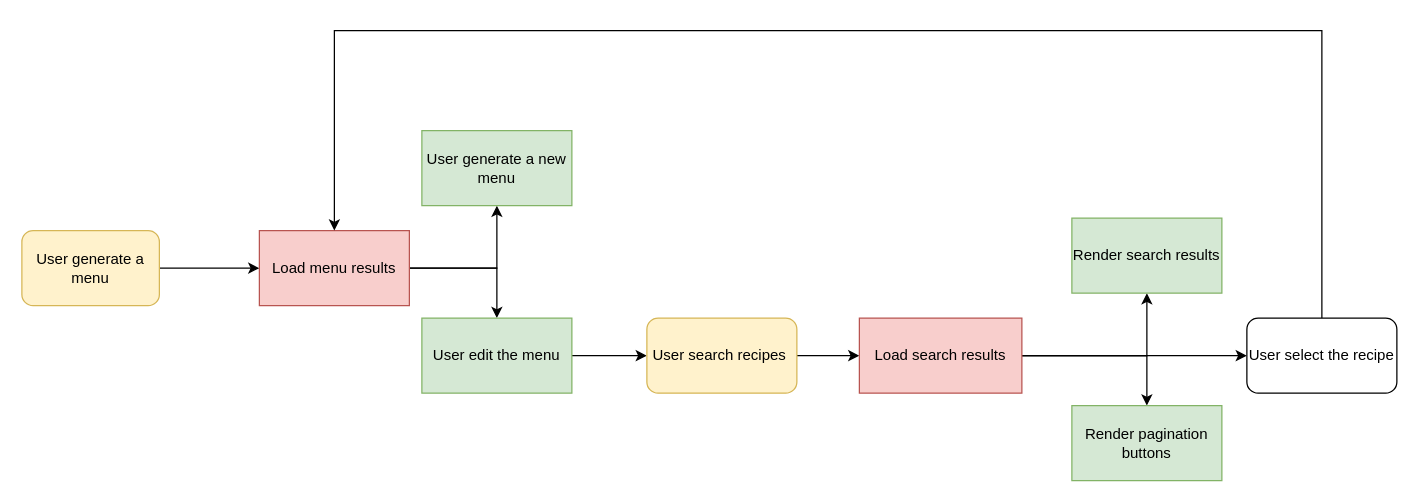
This is Diagrama sin título.drawio from lorenamellado93/menu-app, a draw.io file, before an edit. Source tidied: cells renumbered, new cells numbered last; positions are measured from the earlier drawing's top-left corner, leaving out a move shared by most shapes. Both pictures are drawn from the tidied source at 125%, with x=0, y=0 at pixel (21, 30).
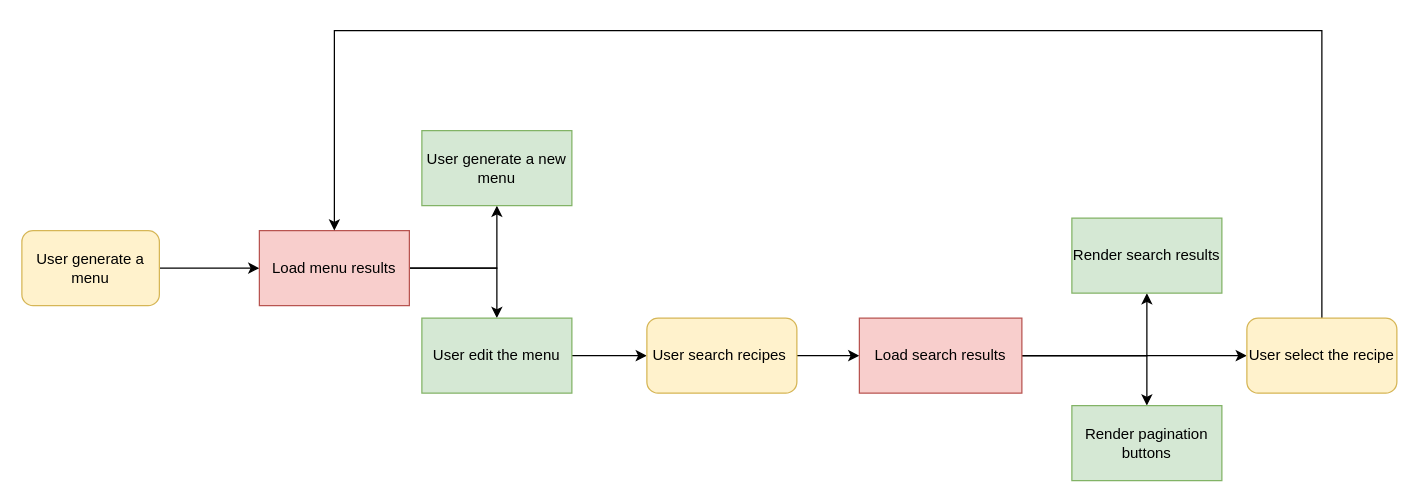
The same page after the edit.

Commit message (it also covers changes not shown here):
Diagrama-inicial

The edit, as a diff of the source:
```diff
@@
-    <mxCell id="19" value="User select the recipe" style="rounded=1;whiteSpace=wrap;html=1;" parent="1" vertex="1">
+    <mxCell id="19" value="User select the recipe" style="rounded=1;whiteSpace=wrap;html=1;fillColor=#fff2cc;strokeColor=#d6b656;" parent="1" vertex="1">
       <mxGeometry x="980" y="230" width="120" height="60" as="geometry" />
     </mxCell>
```
